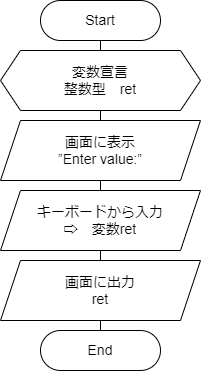
Earlier version of the draw.io export Lesson01.png (yuedackg/algorithm2023). Source tidied: cells renumbered, new cells last; positions are measured from the earlier drawing's top-left corner, leaving out a move shared by most shapes. Source of this version:
```xml
<mxGraphModel>
  <root>
    <mxCell id="0" />
    <mxCell id="1" parent="0" />
    <mxCell id="2" value="Start" style="rounded=1;whiteSpace=wrap;html=1;arcSize=50;fontSize=14;align=center;" parent="1" vertex="1">
      <mxGeometry x="40" width="120" height="40" as="geometry" />
    </mxCell>
    <mxCell id="3" value="変数宣言&lt;br style=&quot;font-size: 14px;&quot;&gt;整数型　ret" style="shape=hexagon;perimeter=hexagonPerimeter2;whiteSpace=wrap;html=1;fixedSize=1;fontSize=14;align=center;" parent="1" vertex="1">
      <mxGeometry y="50" width="200" height="60" as="geometry" />
    </mxCell>
    <mxCell id="4" style="endArrow=none;html=1;entryX=0.5;entryY=1;entryDx=0;entryDy=0;exitX=0.5;exitY=0;exitDx=0;exitDy=0;align=center;" parent="1" edge="1" source="3" target="2">
      <mxGeometry relative="1" as="geometry" />
    </mxCell>
    <mxCell id="5" value="画面に表示&lt;br style=&quot;font-size: 14px;&quot;&gt;”Enter value:”" style="shape=parallelogram;perimeter=parallelogramPerimeter;whiteSpace=wrap;html=1;fixedSize=1;fontSize=14;align=center;" parent="1" vertex="1">
      <mxGeometry y="120" width="200" height="60" as="geometry" />
    </mxCell>
    <mxCell id="6" style="endArrow=none;html=1;entryX=0.5;entryY=1;entryDx=0;entryDy=0;exitX=0.5;exitY=0;exitDx=0;exitDy=0;align=center;" parent="1" edge="1" source="5" target="3">
      <mxGeometry relative="1" as="geometry" />
    </mxCell>
    <mxCell id="7" value="キーボードから入力&lt;br style=&quot;font-size: 14px;&quot;&gt;⇨　変数ret" style="shape=parallelogram;perimeter=parallelogramPerimeter;whiteSpace=wrap;html=1;fixedSize=1;fontSize=14;align=center;" parent="1" vertex="1">
      <mxGeometry y="190" width="200" height="60" as="geometry" />
    </mxCell>
    <mxCell id="8" style="endArrow=none;html=1;fontSize=14;exitX=0.5;exitY=1;exitDx=0;exitDy=0;entryX=0.5;entryY=0;entryDx=0;entryDy=0;align=center;" parent="1" edge="1" source="5" target="7">
      <mxGeometry relative="1" as="geometry" />
    </mxCell>
    <mxCell id="9" value="画面に出力&lt;br&gt;ret" style="shape=parallelogram;perimeter=parallelogramPerimeter;whiteSpace=wrap;html=1;fixedSize=1;fontSize=14;align=center;" parent="1" vertex="1">
      <mxGeometry y="260" width="200" height="60" as="geometry" />
    </mxCell>
    <mxCell id="10" value="End" style="rounded=1;whiteSpace=wrap;html=1;arcSize=50;fontSize=14;align=center;" parent="1" vertex="1">
      <mxGeometry x="40" y="330" width="120" height="40" as="geometry" />
    </mxCell>
    <mxCell id="11" style="endArrow=none;html=1;fontSize=14;entryX=0.5;entryY=0;entryDx=0;entryDy=0;exitX=0.5;exitY=1;exitDx=0;exitDy=0;" parent="1" edge="1" source="9" target="10">
      <mxGeometry relative="1" as="geometry" />
    </mxCell>
    <mxCell id="12" style="endArrow=none;html=1;fontSize=14;entryX=0.5;entryY=1;entryDx=0;entryDy=0;exitX=0.5;exitY=0;exitDx=0;exitDy=0;" parent="1" edge="1" source="9" target="7">
      <mxGeometry relative="1" as="geometry" />
    </mxCell>
  </root>
</mxGraphModel>
```
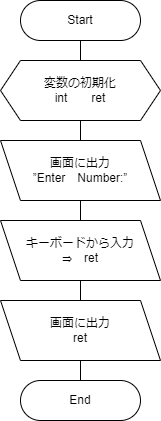
Above is the later version.

Diff of the diagram source:
```diff
@@ -2,38 +2,38 @@
   <root>
     <mxCell id="0" />
     <mxCell id="1" parent="0" />
-    <mxCell id="2" value="Start" style="rounded=1;whiteSpace=wrap;html=1;arcSize=50;fontSize=14;align=center;" parent="1" vertex="1">
-      <mxGeometry x="40" width="120" height="40" as="geometry" />
+    <mxCell id="2" value="Start" style="rounded=1;whiteSpace=wrap;html=1;arcSize=50;flipV=0;flipH=1;" parent="1" vertex="1">
+      <mxGeometry x="190" width="120" height="40" as="geometry" />
     </mxCell>
+    <mxCell id="13" value="変数の初期化&lt;br&gt;int　　ret" style="shape=hexagon;perimeter=hexagonPerimeter2;whiteSpace=wrap;html=1;fixedSize=1;flipV=0;flipH=1;" parent="1" vertex="1">
+      <mxGeometry x="170" y="60" width="160" height="60" as="geometry" />
+    </mxCell>
-    <mxCell id="3" value="変数宣言&lt;br style=&quot;font-size: 14px;&quot;&gt;整数型　ret" style="shape=hexagon;perimeter=hexagonPerimeter2;whiteSpace=wrap;html=1;fixedSize=1;fontSize=14;align=center;" parent="1" vertex="1">
-      <mxGeometry y="50" width="200" height="60" as="geometry" />
+    <mxCell id="3" value="画面に出力&lt;br&gt;”Enter　Number:”" style="shape=parallelogram;perimeter=parallelogramPerimeter;whiteSpace=wrap;html=1;fixedSize=1;flipV=0;flipH=1;" parent="1" vertex="1">
+      <mxGeometry x="170" y="140" width="160" height="60" as="geometry" />
     </mxCell>
-    <mxCell id="4" style="endArrow=none;html=1;entryX=0.5;entryY=1;entryDx=0;entryDy=0;exitX=0.5;exitY=0;exitDx=0;exitDy=0;align=center;" parent="1" edge="1" source="3" target="2">
-      <mxGeometry relative="1" as="geometry" />
+    <mxCell id="4" value="キーボードから入力&lt;br&gt;⇒　ret" style="shape=parallelogram;perimeter=parallelogramPerimeter;whiteSpace=wrap;html=1;fixedSize=1;flipV=0;flipH=1;" parent="1" vertex="1">
+      <mxGeometry x="170" y="220" width="160" height="60" as="geometry" />
     </mxCell>
-    <mxCell id="5" value="画面に表示&lt;br style=&quot;font-size: 14px;&quot;&gt;”Enter value:”" style="shape=parallelogram;perimeter=parallelogramPerimeter;whiteSpace=wrap;html=1;fixedSize=1;fontSize=14;align=center;" parent="1" vertex="1">
-      <mxGeometry y="120" width="200" height="60" as="geometry" />
-    </mxCell>
-    <mxCell id="6" style="endArrow=none;html=1;entryX=0.5;entryY=1;entryDx=0;entryDy=0;exitX=0.5;exitY=0;exitDx=0;exitDy=0;align=center;" parent="1" edge="1" source="5" target="3">
-      <mxGeometry relative="1" as="geometry" />
+    <mxCell id="6" value="画面に出力&lt;br&gt;ret" style="shape=parallelogram;perimeter=parallelogramPerimeter;whiteSpace=wrap;html=1;fixedSize=1;flipV=0;flipH=1;" parent="1" vertex="1">
+      <mxGeometry x="170" y="300" width="160" height="60" as="geometry" />
     </mxCell>
-    <mxCell id="7" value="キーボードから入力&lt;br style=&quot;font-size: 14px;&quot;&gt;⇨　変数ret" style="shape=parallelogram;perimeter=parallelogramPerimeter;whiteSpace=wrap;html=1;fixedSize=1;fontSize=14;align=center;" parent="1" vertex="1">
-      <mxGeometry y="190" width="200" height="60" as="geometry" />
+    <mxCell id="7" value="End" style="rounded=1;whiteSpace=wrap;html=1;arcSize=50;flipV=0;flipH=1;" parent="1" vertex="1">
+      <mxGeometry x="190" y="380" width="120" height="40" as="geometry" />
     </mxCell>
-    <mxCell id="8" style="endArrow=none;html=1;fontSize=14;exitX=0.5;exitY=1;exitDx=0;exitDy=0;entryX=0.5;entryY=0;entryDx=0;entryDy=0;align=center;" parent="1" edge="1" source="5" target="7">
+    <mxCell id="8" style="endArrow=none;html=1;entryX=0.5;entryY=1;entryDx=0;entryDy=0;exitX=0.5;exitY=0;exitDx=0;exitDy=0;" parent="1" edge="1" source="13" target="2">
       <mxGeometry relative="1" as="geometry" />
     </mxCell>
+    <mxCell id="14" style="endArrow=none;html=1;entryX=0.5;entryY=1;entryDx=0;entryDy=0;exitX=0.5;exitY=0;exitDx=0;exitDy=0;" parent="1" edge="1" source="3" target="13">
+      <mxGeometry relative="1" as="geometry" />
+    </mxCell>
+    <mxCell id="15" style="endArrow=none;html=1;entryX=0.5;entryY=1;entryDx=0;entryDy=0;exitX=0.5;exitY=0;exitDx=0;exitDy=0;" parent="1" edge="1" source="6" target="4">
+      <mxGeometry relative="1" as="geometry" />
+    </mxCell>
-    <mxCell id="9" value="画面に出力&lt;br&gt;ret" style="shape=parallelogram;perimeter=parallelogramPerimeter;whiteSpace=wrap;html=1;fixedSize=1;fontSize=14;align=center;" parent="1" vertex="1">
-      <mxGeometry y="260" width="200" height="60" as="geometry" />
+    <mxCell id="9" style="endArrow=none;html=1;entryX=0.5;entryY=1;entryDx=0;entryDy=0;exitX=0.5;exitY=0;exitDx=0;exitDy=0;" parent="1" edge="1" source="4" target="3">
+      <mxGeometry relative="1" as="geometry" />
     </mxCell>
-    <mxCell id="10" value="End" style="rounded=1;whiteSpace=wrap;html=1;arcSize=50;fontSize=14;align=center;" parent="1" vertex="1">
-      <mxGeometry x="40" y="330" width="120" height="40" as="geometry" />
+    <mxCell id="10" style="endArrow=none;html=1;entryX=0.5;entryY=1;entryDx=0;entryDy=0;exitX=0.5;exitY=0;exitDx=0;exitDy=0;" parent="1" edge="1" source="7" target="6">
+      <mxGeometry relative="1" as="geometry" />
     </mxCell>
-    <mxCell id="11" style="endArrow=none;html=1;fontSize=14;entryX=0.5;entryY=0;entryDx=0;entryDy=0;exitX=0.5;exitY=1;exitDx=0;exitDy=0;" parent="1" edge="1" source="9" target="10">
-      <mxGeometry relative="1" as="geometry" />
-    </mxCell>
-    <mxCell id="12" style="endArrow=none;html=1;fontSize=14;entryX=0.5;entryY=1;entryDx=0;entryDy=0;exitX=0.5;exitY=0;exitDx=0;exitDy=0;" parent="1" edge="1" source="9" target="7">
-      <mxGeometry relative="1" as="geometry" />
-    </mxCell>
   </root>
 </mxGraphModel>
```
